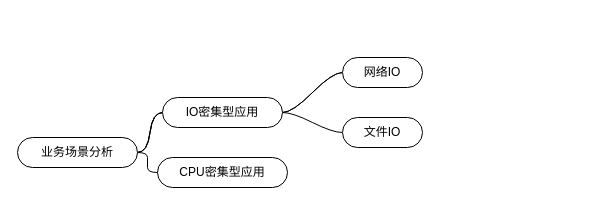
The draw.io diagram 数据表ER图.drawio in jeefs/mindGraph, before the edit. Source tidied: cells renumbered, new cells numbered last; positions are measured from the earlier drawing's top-left corner, leaving out a move shared by most shapes. Both pictures are drawn from the tidied source at 100%, with x=0, y=0 at pixel (17, 57).
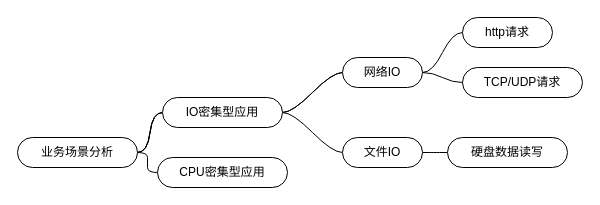
After the change.

Commit message (it also covers changes not shown here):
更新数据表ER图.drawio

The edit, as a diff of the source:
```diff
@@
 <mxGraphModel>
   <root>
     <mxCell id="0" />
     <mxCell id="1" parent="0" />
     <mxCell id="2" style="edgeStyle=entityRelationEdgeStyle;rounded=0;jettySize=auto;html=1;startArrow=none;endArrow=none;segment=10;curved=1;sourcePerimeterSpacing=0;targetPerimeterSpacing=0;" parent="1" edge="1" source="6" target="10">
       <mxGeometry relative="1" as="geometry" />
     </mxCell>
     <mxCell id="3" style="edgeStyle=entityRelationEdgeStyle;rounded=0;jettySize=auto;html=1;startArrow=none;endArrow=none;segment=10;curved=1;sourcePerimeterSpacing=0;targetPerimeterSpacing=0;" parent="1" edge="1" source="6" target="10">
       <mxGeometry relative="1" as="geometry" />
     </mxCell>
     <mxCell id="4" style="edgeStyle=entityRelationEdgeStyle;rounded=0;jettySize=auto;html=1;startArrow=none;endArrow=none;segment=10;curved=1;sourcePerimeterSpacing=0;targetPerimeterSpacing=0;" parent="1" edge="1" source="6" target="10">
       <mxGeometry relative="1" as="geometry" />
     </mxCell>
     <mxCell id="5" style="edgeStyle=entityRelationEdgeStyle;rounded=0;jettySize=auto;html=1;startArrow=none;endArrow=none;segment=10;curved=1;sourcePerimeterSpacing=0;targetPerimeterSpacing=0;" parent="1" edge="1" source="6" target="11">
       <mxGeometry relative="1" as="geometry" />
     </mxCell>
     <mxCell id="6" value="业务场景分析" style="whiteSpace=wrap;html=1;rounded=1;arcSize=50;align=center;verticalAlign=middle;strokeWidth=1;spacing=4;newEdgeStyle={&quot;edgeStyle&quot;:&quot;entityRelationEdgeStyle&quot;,&quot;startArrow&quot;:&quot;none&quot;,&quot;endArrow&quot;:&quot;none&quot;,&quot;segment&quot;:10,&quot;curved&quot;:1,&quot;sourcePerimeterSpacing&quot;:0,&quot;targetPerimeterSpacing&quot;:0};" parent="1" vertex="1">
       <mxGeometry y="80" width="120" height="30" as="geometry" />
     </mxCell>
     <mxCell id="7" style="edgeStyle=entityRelationEdgeStyle;rounded=0;jettySize=auto;html=1;startArrow=none;endArrow=none;segment=10;curved=1;sourcePerimeterSpacing=0;targetPerimeterSpacing=0;" parent="1" edge="1" source="10" target="12">
       <mxGeometry relative="1" as="geometry" />
     </mxCell>
     <mxCell id="8" style="edgeStyle=entityRelationEdgeStyle;rounded=0;jettySize=auto;html=1;startArrow=none;endArrow=none;segment=10;curved=1;sourcePerimeterSpacing=0;targetPerimeterSpacing=0;" parent="1" edge="1" source="10" target="12">
       <mxGeometry relative="1" as="geometry" />
     </mxCell>
     <mxCell id="9" style="edgeStyle=entityRelationEdgeStyle;rounded=0;jettySize=auto;html=1;startArrow=none;endArrow=none;segment=10;curved=1;sourcePerimeterSpacing=0;targetPerimeterSpacing=0;" parent="1" edge="1" source="10" target="13">
       <mxGeometry relative="1" as="geometry" />
     </mxCell>
     <mxCell id="10" value="IO密集型应用" style="whiteSpace=wrap;html=1;rounded=1;arcSize=50;align=center;verticalAlign=middle;strokeWidth=1;spacing=4;newEdgeStyle={&quot;edgeStyle&quot;:&quot;entityRelationEdgeStyle&quot;,&quot;startArrow&quot;:&quot;none&quot;,&quot;endArrow&quot;:&quot;none&quot;,&quot;segment&quot;:10,&quot;curved&quot;:1,&quot;sourcePerimeterSpacing&quot;:0,&quot;targetPerimeterSpacing&quot;:0};" parent="1" vertex="1">
       <mxGeometry x="145" y="40" width="120" height="30" as="geometry" />
     </mxCell>
     <mxCell id="11" value="CPU密集型应用" style="whiteSpace=wrap;html=1;rounded=1;arcSize=50;align=center;verticalAlign=middle;strokeWidth=1;spacing=4;newEdgeStyle={&quot;edgeStyle&quot;:&quot;entityRelationEdgeStyle&quot;,&quot;startArrow&quot;:&quot;none&quot;,&quot;endArrow&quot;:&quot;none&quot;,&quot;segment&quot;:10,&quot;curved&quot;:1,&quot;sourcePerimeterSpacing&quot;:0,&quot;targetPerimeterSpacing&quot;:0};" parent="1" vertex="1">
       <mxGeometry x="140" y="100" width="130" height="30" as="geometry" />
     </mxCell>
+    <mxCell id="14" style="edgeStyle=entityRelationEdgeStyle;rounded=0;jettySize=auto;html=1;startArrow=none;endArrow=none;segment=10;curved=1;sourcePerimeterSpacing=0;targetPerimeterSpacing=0;" parent="1" edge="1" source="12" target="17">
+      <mxGeometry relative="1" as="geometry" />
+    </mxCell>
+    <mxCell id="15" style="edgeStyle=entityRelationEdgeStyle;rounded=0;jettySize=auto;html=1;startArrow=none;endArrow=none;segment=10;curved=1;sourcePerimeterSpacing=0;targetPerimeterSpacing=0;" parent="1" edge="1" source="12" target="19">
+      <mxGeometry relative="1" as="geometry" />
+    </mxCell>
     <mxCell id="12" value="网络IO" style="whiteSpace=wrap;html=1;rounded=1;arcSize=50;align=center;verticalAlign=middle;strokeWidth=1;spacing=4;newEdgeStyle={&quot;edgeStyle&quot;:&quot;entityRelationEdgeStyle&quot;,&quot;startArrow&quot;:&quot;none&quot;,&quot;endArrow&quot;:&quot;none&quot;,&quot;segment&quot;:10,&quot;curved&quot;:1,&quot;sourcePerimeterSpacing&quot;:0,&quot;targetPerimeterSpacing&quot;:0};" parent="1" vertex="1">
       <mxGeometry x="325" width="80" height="30" as="geometry" />
     </mxCell>
+    <mxCell id="16" style="edgeStyle=entityRelationEdgeStyle;rounded=0;jettySize=auto;html=1;startArrow=none;endArrow=none;segment=10;curved=1;sourcePerimeterSpacing=0;targetPerimeterSpacing=0;" parent="1" edge="1" source="13" target="18">
+      <mxGeometry relative="1" as="geometry" />
+    </mxCell>
     <mxCell id="13" value="文件IO" style="whiteSpace=wrap;html=1;rounded=1;arcSize=50;align=center;verticalAlign=middle;strokeWidth=1;spacing=4;newEdgeStyle={&quot;edgeStyle&quot;:&quot;entityRelationEdgeStyle&quot;,&quot;startArrow&quot;:&quot;none&quot;,&quot;endArrow&quot;:&quot;none&quot;,&quot;segment&quot;:10,&quot;curved&quot;:1,&quot;sourcePerimeterSpacing&quot;:0,&quot;targetPerimeterSpacing&quot;:0};" parent="1" vertex="1">
-      <mxGeometry x="325" y="60" width="80" height="30" as="geometry" />
+      <mxGeometry x="325" y="80" width="80" height="30" as="geometry" />
     </mxCell>
+    <mxCell id="17" value="http请求" style="whiteSpace=wrap;html=1;rounded=1;arcSize=50;align=center;verticalAlign=middle;strokeWidth=1;spacing=4;newEdgeStyle={&quot;edgeStyle&quot;:&quot;entityRelationEdgeStyle&quot;,&quot;startArrow&quot;:&quot;none&quot;,&quot;endArrow&quot;:&quot;none&quot;,&quot;segment&quot;:10,&quot;curved&quot;:1,&quot;sourcePerimeterSpacing&quot;:0,&quot;targetPerimeterSpacing&quot;:0};" parent="1" vertex="1">
+      <mxGeometry x="445" y="-40" width="90" height="30" as="geometry" />
+    </mxCell>
+    <mxCell id="18" value="硬盘数据读写" style="whiteSpace=wrap;html=1;rounded=1;arcSize=50;align=center;verticalAlign=middle;strokeWidth=1;spacing=4;newEdgeStyle={&quot;edgeStyle&quot;:&quot;entityRelationEdgeStyle&quot;,&quot;startArrow&quot;:&quot;none&quot;,&quot;endArrow&quot;:&quot;none&quot;,&quot;segment&quot;:10,&quot;curved&quot;:1,&quot;sourcePerimeterSpacing&quot;:0,&quot;targetPerimeterSpacing&quot;:0};" parent="1" vertex="1">
+      <mxGeometry x="430" y="80" width="120" height="30" as="geometry" />
+    </mxCell>
+    <mxCell id="19" value="TCP/UDP请求" style="whiteSpace=wrap;html=1;rounded=1;arcSize=50;align=center;verticalAlign=middle;strokeWidth=1;spacing=4;newEdgeStyle={&quot;edgeStyle&quot;:&quot;entityRelationEdgeStyle&quot;,&quot;startArrow&quot;:&quot;none&quot;,&quot;endArrow&quot;:&quot;none&quot;,&quot;segment&quot;:10,&quot;curved&quot;:1,&quot;sourcePerimeterSpacing&quot;:0,&quot;targetPerimeterSpacing&quot;:0};" parent="1" vertex="1">
+      <mxGeometry x="445" y="10" width="120" height="30" as="geometry" />
+    </mxCell>
   </root>
 </mxGraphModel>
```
